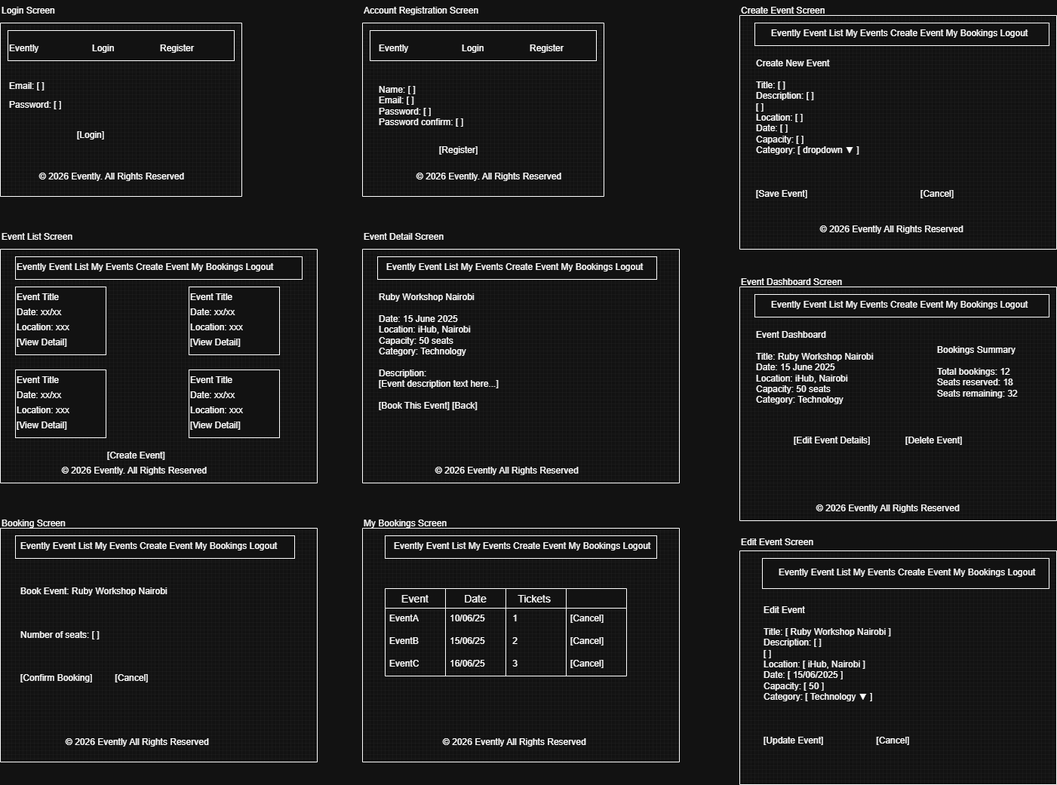
Owens345/Requirement-definition keeps this draw.io diagram as wireframes.png. Above is the earlier version. Source tidied: cells renumbered, new cells last; positions are measured from the earlier drawing's top-left corner, leaving out a move shared by most shapes.
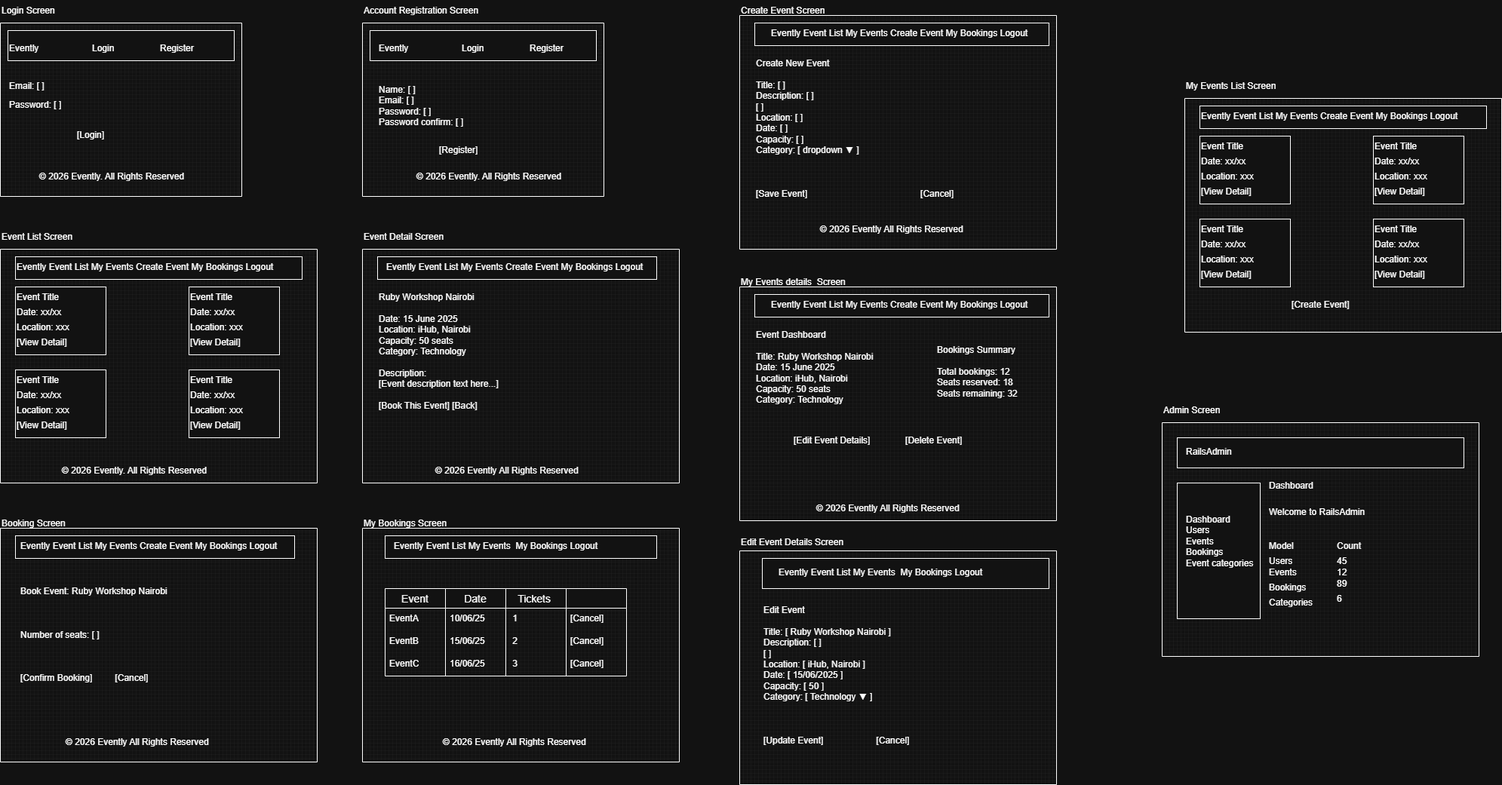
Above is the later version.

Commit message:
Add admin screen wireframe

What changed in the source:
```diff
@@ -131,9 +131,6 @@
     <mxCell id="44" value="[View Detail]" style="text;whiteSpace=wrap;html=1;" parent="1" vertex="1">
       <mxGeometry x="250" y="550" width="100" height="40" as="geometry" />
     </mxCell>
-    <mxCell id="45" value="[Create Event]" style="text;whiteSpace=wrap;html=1;" parent="1" vertex="1">
-      <mxGeometry x="140" y="590" width="110" height="40" as="geometry" />
-    </mxCell>
     <mxCell id="46" value="© 2026 Evently. All Rights Reserved" style="text;whiteSpace=wrap;html=1;" parent="1" vertex="1">
       <mxGeometry x="80" y="610" width="220" height="40" as="geometry" />
     </mxCell>
@@ -182,9 +179,9 @@
     <mxCell id="61" style="rounded=0;whiteSpace=wrap;html=1;" parent="1" vertex="1">
       <mxGeometry x="510" y="710" width="360" height="30" as="geometry" />
     </mxCell>
-    <mxCell id="62" value="Evently   Event List   My Events   Create Event   My Bookings   Logout" style="text;whiteSpace=wrap;html=1;" parent="1" vertex="1">
-      <mxGeometry x="520" y="710" width="370" height="40" as="geometry" />
-    </mxCell>
+    <mxCell id="99" value="Evently   Event List   My Events&amp;nbsp; My Bookings   Logout" style="text;whiteSpace=wrap;html=1;" parent="1" vertex="1">
+      <mxGeometry x="520" y="710" width="370" height="40" as="geometry" />
+    </mxCell>
     <mxCell id="63" value="Date" style="swimlane;fontStyle=0;horizontal=1;startSize=26;align=center;fontSize=14;" parent="1" vertex="1">
       <mxGeometry x="590" y="780" width="80" height="116" as="geometry" />
     </mxCell>
@@ -254,9 +251,9 @@
     <mxCell id="85" value="© 2026 Evently All Rights Reserved" style="text;whiteSpace=wrap;html=1;" parent="1" vertex="1">
       <mxGeometry x="1085" y="290" width="220" height="40" as="geometry" />
     </mxCell>
-    <mxCell id="86" value="Event Dashboard Screen" style="text;whiteSpace=wrap;html=1;" parent="1" vertex="1">
-      <mxGeometry x="980" y="360" width="170" height="40" as="geometry" />
-    </mxCell>
+    <mxCell id="100" value="My Events details&amp;nbsp; Screen" style="text;whiteSpace=wrap;html=1;" parent="1" vertex="1">
+      <mxGeometry x="980" y="360" width="170" height="40" as="geometry" />
+    </mxCell>
     <mxCell id="87" style="verticalLabelPosition=bottom;verticalAlign=top;html=1;shape=mxgraph.basic.patternFillRect;fillStyle=grid;step=5;fillStrokeWidth=0.2;fillStrokeColor=#dddddd;" parent="1" vertex="1">
       <mxGeometry x="980" y="380" width="420" height="310" as="geometry" />
     </mxCell>
@@ -281,17 +278,146 @@
     <mxCell id="94" style="verticalLabelPosition=bottom;verticalAlign=top;html=1;shape=mxgraph.basic.patternFillRect;fillStyle=grid;step=5;fillStrokeWidth=0.2;fillStrokeColor=#dddddd;" parent="1" vertex="1">
       <mxGeometry x="980" y="730" width="420" height="310" as="geometry" />
     </mxCell>
-    <mxCell id="95" value="Edit Event Screen" style="text;whiteSpace=wrap;html=1;" parent="1" vertex="1">
-      <mxGeometry x="980" y="705" width="130" height="40" as="geometry" />
-    </mxCell>
+    <mxCell id="101" value="Edit Event Details Screen" style="text;whiteSpace=wrap;html=1;" parent="1" vertex="1">
+      <mxGeometry x="980" y="705" width="170" height="40" as="geometry" />
+    </mxCell>
     <mxCell id="96" style="rounded=0;whiteSpace=wrap;html=1;" parent="1" vertex="1">
       <mxGeometry x="1010" y="740" width="380" height="40" as="geometry" />
     </mxCell>
-    <mxCell id="97" value="Evently   Event List   My Events   Create Event   My Bookings   Logout" style="text;whiteSpace=wrap;html=1;" parent="1" vertex="1">
-      <mxGeometry x="1030" y="745" width="370" height="35" as="geometry" />
-    </mxCell>
+    <mxCell id="102" value="Evently   Event List   My Events&amp;nbsp; My Bookings   Logout" style="text;whiteSpace=wrap;html=1;" parent="1" vertex="1">
+      <mxGeometry x="1030" y="745" width="370" height="35" as="geometry" />
+    </mxCell>
     <mxCell id="98" value="Edit Event&lt;br&gt;&lt;br&gt;Title:        [ Ruby Workshop Nairobi        ]&lt;br&gt;Description:  [                              ]&lt;br&gt;[                              ]&lt;br&gt;Location:     [ iHub, Nairobi               ]&lt;br&gt;Date:         [ 15/06/2025                  ]&lt;br&gt;Capacity:     [ 50                          ]&lt;br&gt;Category:     [ Technology ▼               ]&lt;br&gt;&lt;br&gt;&lt;br&gt;&lt;br&gt;              [Update Event]&amp;nbsp; &amp;nbsp; &amp;nbsp; &amp;nbsp; &amp;nbsp; &amp;nbsp; &amp;nbsp; &amp;nbsp; &amp;nbsp; &amp;nbsp; &amp;nbsp;[Cancel]" style="text;whiteSpace=wrap;html=1;" parent="1" vertex="1">
       <mxGeometry x="1010" y="795" width="280" height="180" as="geometry" />
     </mxCell>
+    <mxCell id="103" value="My Events&amp;nbsp;List Screen" style="text;whiteSpace=wrap;html=1;" parent="1" vertex="1">
+      <mxGeometry x="1570" y="100" width="130" height="40" as="geometry" />
+    </mxCell>
+    <mxCell id="104" style="verticalLabelPosition=bottom;verticalAlign=top;html=1;shape=mxgraph.basic.patternFillRect;fillStyle=grid;step=5;fillStrokeWidth=0.2;fillStrokeColor=#dddddd;" parent="1" vertex="1">
+      <mxGeometry x="1570" y="130" width="420" height="310" as="geometry" />
+    </mxCell>
+    <mxCell id="105" style="rounded=0;whiteSpace=wrap;html=1;" parent="1" vertex="1">
+      <mxGeometry x="1590" y="140" width="380" height="30" as="geometry" />
+    </mxCell>
+    <mxCell id="106" value="Evently   Event List   My Events   Create Event   My Bookings   Logout" style="text;whiteSpace=wrap;html=1;" parent="1" vertex="1">
+      <mxGeometry x="1590" y="140" width="370" height="40" as="geometry" />
+    </mxCell>
+    <mxCell id="107" style="rounded=0;whiteSpace=wrap;html=1;" parent="1" vertex="1">
+      <mxGeometry x="1590" y="180" width="120" height="90" as="geometry" />
+    </mxCell>
+    <mxCell id="108" value="Event Title" style="text;whiteSpace=wrap;html=1;" parent="1" vertex="1">
+      <mxGeometry x="1590" y="180" width="90" height="20" as="geometry" />
+    </mxCell>
+    <mxCell id="109" value="Date: xx/xx" style="text;whiteSpace=wrap;html=1;" parent="1" vertex="1">
+      <mxGeometry x="1590" y="200" width="90" height="40" as="geometry" />
+    </mxCell>
+    <mxCell id="110" value="Location: xxx" style="text;whiteSpace=wrap;html=1;" parent="1" vertex="1">
+      <mxGeometry x="1590" y="220" width="100" height="40" as="geometry" />
+    </mxCell>
+    <mxCell id="111" value="[View Detail]" style="text;whiteSpace=wrap;html=1;" parent="1" vertex="1">
+      <mxGeometry x="1590" y="240" width="100" height="40" as="geometry" />
+    </mxCell>
+    <mxCell id="112" style="rounded=0;whiteSpace=wrap;html=1;" parent="1" vertex="1">
+      <mxGeometry x="1820" y="180" width="120" height="90" as="geometry" />
+    </mxCell>
+    <mxCell id="113" value="Event Title" style="text;whiteSpace=wrap;html=1;" parent="1" vertex="1">
+      <mxGeometry x="1820" y="180" width="90" height="20" as="geometry" />
+    </mxCell>
+    <mxCell id="114" value="Date: xx/xx" style="text;whiteSpace=wrap;html=1;" parent="1" vertex="1">
+      <mxGeometry x="1820" y="200" width="90" height="40" as="geometry" />
+    </mxCell>
+    <mxCell id="115" value="Location: xxx" style="text;whiteSpace=wrap;html=1;" parent="1" vertex="1">
+      <mxGeometry x="1820" y="220" width="100" height="40" as="geometry" />
+    </mxCell>
+    <mxCell id="116" value="[View Detail]" style="text;whiteSpace=wrap;html=1;" parent="1" vertex="1">
+      <mxGeometry x="1820" y="240" width="100" height="40" as="geometry" />
+    </mxCell>
+    <mxCell id="117" style="rounded=0;whiteSpace=wrap;html=1;" parent="1" vertex="1">
+      <mxGeometry x="1590" y="290" width="120" height="90" as="geometry" />
+    </mxCell>
+    <mxCell id="118" value="Event Title" style="text;whiteSpace=wrap;html=1;" parent="1" vertex="1">
+      <mxGeometry x="1590" y="290" width="90" height="20" as="geometry" />
+    </mxCell>
+    <mxCell id="119" value="Date: xx/xx" style="text;whiteSpace=wrap;html=1;" parent="1" vertex="1">
+      <mxGeometry x="1590" y="310" width="90" height="40" as="geometry" />
+    </mxCell>
+    <mxCell id="120" value="Location: xxx" style="text;whiteSpace=wrap;html=1;" parent="1" vertex="1">
+      <mxGeometry x="1590" y="330" width="100" height="40" as="geometry" />
+    </mxCell>
+    <mxCell id="121" value="[View Detail]" style="text;whiteSpace=wrap;html=1;" parent="1" vertex="1">
+      <mxGeometry x="1590" y="350" width="100" height="40" as="geometry" />
+    </mxCell>
+    <mxCell id="122" style="rounded=0;whiteSpace=wrap;html=1;" parent="1" vertex="1">
+      <mxGeometry x="1820" y="290" width="120" height="90" as="geometry" />
+    </mxCell>
+    <mxCell id="123" value="Event Title" style="text;whiteSpace=wrap;html=1;" parent="1" vertex="1">
+      <mxGeometry x="1820" y="290" width="90" height="20" as="geometry" />
+    </mxCell>
+    <mxCell id="124" value="Date: xx/xx" style="text;whiteSpace=wrap;html=1;" parent="1" vertex="1">
+      <mxGeometry x="1820" y="310" width="90" height="40" as="geometry" />
+    </mxCell>
+    <mxCell id="125" value="Location: xxx" style="text;whiteSpace=wrap;html=1;" parent="1" vertex="1">
+      <mxGeometry x="1820" y="330" width="100" height="40" as="geometry" />
+    </mxCell>
+    <mxCell id="126" value="[View Detail]" style="text;whiteSpace=wrap;html=1;" parent="1" vertex="1">
+      <mxGeometry x="1820" y="350" width="100" height="40" as="geometry" />
+    </mxCell>
+    <mxCell id="45" value="[Create Event]" style="text;whiteSpace=wrap;html=1;" parent="1" vertex="1">
+      <mxGeometry x="1710" y="390" width="110" height="40" as="geometry" />
+    </mxCell>
+    <mxCell id="127" style="verticalLabelPosition=bottom;verticalAlign=top;html=1;shape=mxgraph.basic.patternFillRect;fillStyle=grid;step=5;fillStrokeWidth=0.2;fillStrokeColor=#dddddd;" parent="1" vertex="1">
+      <mxGeometry x="1540" y="560" width="420" height="310" as="geometry" />
+    </mxCell>
+    <mxCell id="128" value="Admin Screen" style="text;whiteSpace=wrap;html=1;" parent="1" vertex="1">
+      <mxGeometry x="1540" y="530" width="110" height="40" as="geometry" />
+    </mxCell>
+    <mxCell id="129" style="rounded=0;whiteSpace=wrap;html=1;" parent="1" vertex="1">
+      <mxGeometry x="1560" y="580" width="380" height="40" as="geometry" />
+    </mxCell>
+    <mxCell id="130" value="RailsAdmin" style="text;whiteSpace=wrap;html=1;" parent="1" vertex="1">
+      <mxGeometry x="1570" y="585" width="360" height="30" as="geometry" />
+    </mxCell>
+    <mxCell id="131" style="rounded=0;whiteSpace=wrap;html=1;" parent="1" vertex="1">
+      <mxGeometry x="1560" y="640" width="110" height="180" as="geometry" />
+    </mxCell>
+    <mxCell id="132" value="Dashboard &#10;Users &#10;Events &#10;Bookings &#10;Event categories" style="text;whiteSpace=wrap;html=1;" parent="1" vertex="1">
+      <mxGeometry x="1570" y="675" width="100" height="100" as="geometry" />
+    </mxCell>
+    <mxCell id="133" value="Dashboard" style="text;whiteSpace=wrap;html=1;" parent="1" vertex="1">
+      <mxGeometry x="1680" y="630" width="90" height="20" as="geometry" />
+    </mxCell>
+    <mxCell id="134" value="Welcome to RailsAdmin" style="text;whiteSpace=wrap;html=1;" parent="1" vertex="1">
+      <mxGeometry x="1680" y="665" width="160" height="40" as="geometry" />
+    </mxCell>
+    <mxCell id="135" value="Model" style="text;whiteSpace=wrap;html=1;" parent="1" vertex="1">
+      <mxGeometry x="1680" y="710" width="70" as="geometry" />
+    </mxCell>
+    <mxCell id="136" value="Count" style="text;whiteSpace=wrap;html=1;" parent="1" vertex="1">
+      <mxGeometry x="1770" y="710" width="70" as="geometry" />
+    </mxCell>
+    <mxCell id="137" value="Users" style="text;whiteSpace=wrap;html=1;" parent="1" vertex="1">
+      <mxGeometry x="1680" y="730" width="60" height="10" as="geometry" />
+    </mxCell>
+    <mxCell id="138" value="Events" style="text;whiteSpace=wrap;html=1;" parent="1" vertex="1">
+      <mxGeometry x="1680" y="745" width="70" as="geometry" />
+    </mxCell>
+    <mxCell id="139" value="Bookings" style="text;whiteSpace=wrap;html=1;" parent="1" vertex="1">
+      <mxGeometry x="1680" y="765" width="80" height="10" as="geometry" />
+    </mxCell>
+    <mxCell id="140" value="Categories" style="text;whiteSpace=wrap;html=1;" parent="1" vertex="1">
+      <mxGeometry x="1680" y="785" width="90" height="10" as="geometry" />
+    </mxCell>
+    <mxCell id="141" value="45" style="text;whiteSpace=wrap;html=1;" parent="1" vertex="1">
+      <mxGeometry x="1770" y="730" width="50" height="10" as="geometry" />
+    </mxCell>
+    <mxCell id="142" value="12" style="text;whiteSpace=wrap;html=1;" parent="1" vertex="1">
+      <mxGeometry x="1770" y="745" width="50" as="geometry" />
+    </mxCell>
+    <mxCell id="143" value="89" style="text;whiteSpace=wrap;html=1;" parent="1" vertex="1">
+      <mxGeometry x="1770" y="760" width="50" height="10" as="geometry" />
+    </mxCell>
+    <mxCell id="144" value="6" style="text;whiteSpace=wrap;html=1;" parent="1" vertex="1">
+      <mxGeometry x="1770" y="780" width="40" height="10" as="geometry" />
+    </mxCell>
   </root>
 </mxGraphModel>
```
